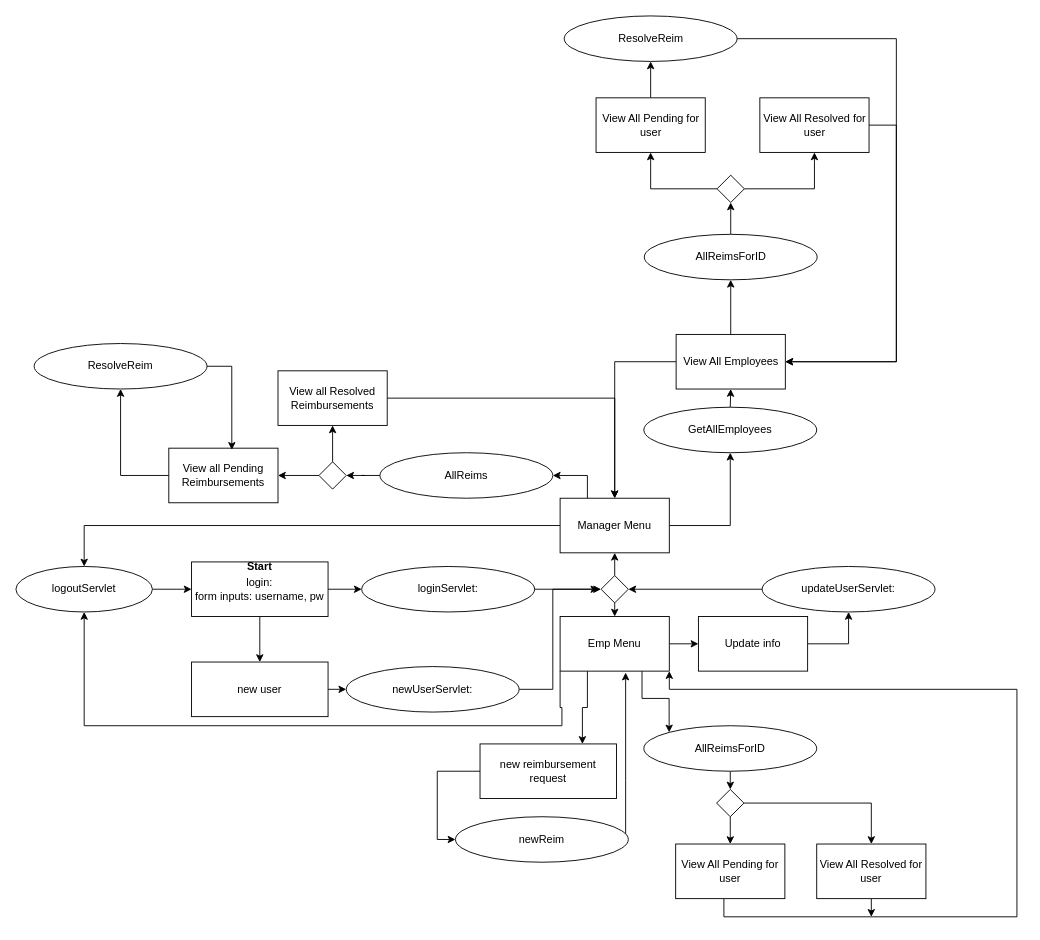
dlbroadwa/NewRevatureRepo keeps this draw.io diagram as page "Page-4" (3 of 3) of ERS_Project1/diagrams.drawio. Above is the earlier version. Source tidied: cells renumbered, new cells numbered last; positions are measured from the earlier drawing's top-left corner, leaving out a move shared by most shapes. Both pictures are drawn from the tidied source at 91%, with x=0, y=0 at pixel (15, 15).
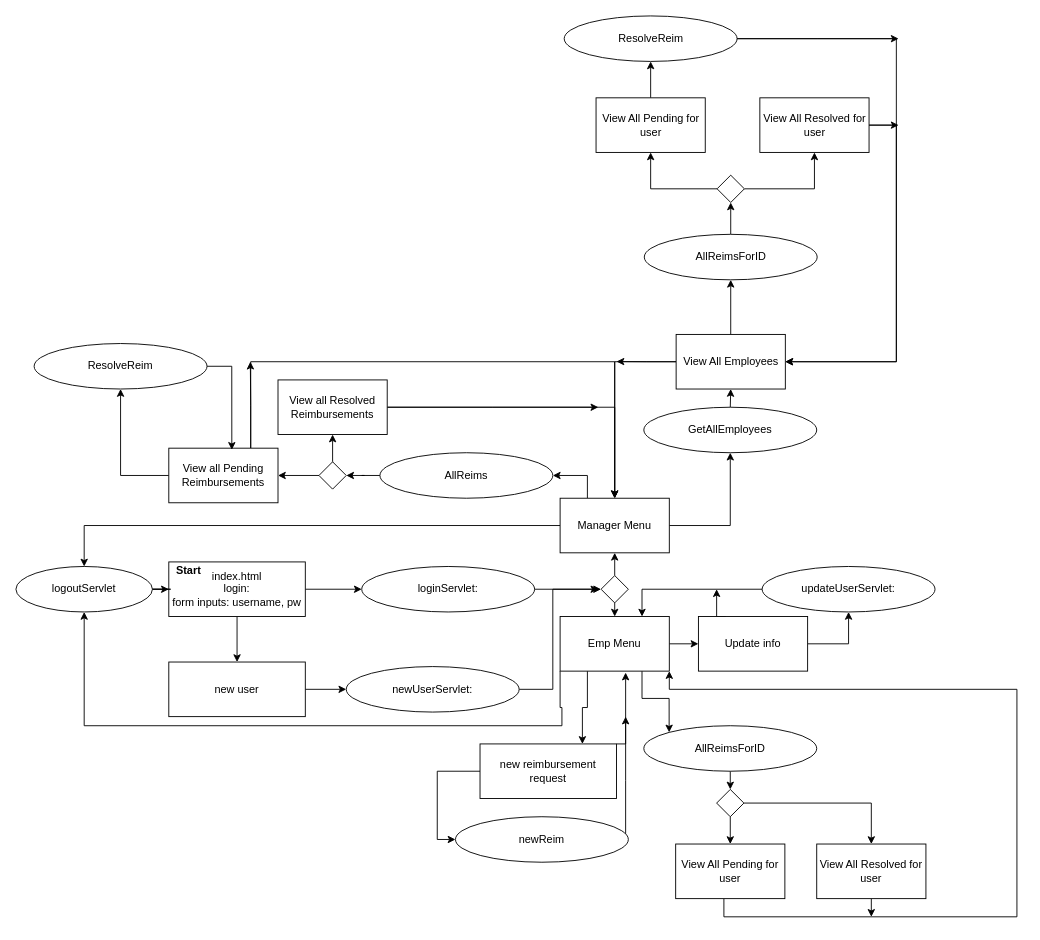
After the change.

The change refers to these unchanged cells:
```xml
<mxCell id="9" style="rhombus;whiteSpace=wrap;html=1;" parent="1" vertex="1">
  <mxGeometry x="643" y="615" width="30" height="30" as="geometry" />
</mxCell>
<mxCell id="14" value="Manager Menu" style="rounded=0;whiteSpace=wrap;html=1;" parent="1" vertex="1">
  <mxGeometry x="598" y="530" width="120" height="60" as="geometry" />
</mxCell>
<mxCell id="19" value="Emp Menu" style="rounded=0;whiteSpace=wrap;html=1;" parent="1" vertex="1">
  <mxGeometry x="598" y="660" width="120" height="60" as="geometry" />
</mxCell>
<mxCell id="27" value="updateUserServlet:" style="ellipse;whiteSpace=wrap;html=1;" parent="1" vertex="1">
  <mxGeometry x="820" y="605" width="190" height="50" as="geometry" />
</mxCell>
<mxCell id="32" value="new reimbursement request" style="rounded=0;whiteSpace=wrap;html=1;" parent="1" vertex="1">
  <mxGeometry x="510" y="800" width="150" height="60" as="geometry" />
</mxCell>
<mxCell id="34" value="Update info" style="rounded=0;whiteSpace=wrap;html=1;" parent="1" vertex="1">
  <mxGeometry x="750" y="660" width="120" height="60" as="geometry" />
</mxCell>
<mxCell id="38" value="View all Pending Reimbursements" style="rounded=0;whiteSpace=wrap;html=1;" parent="1" vertex="1">
  <mxGeometry x="168" y="475" width="120" height="60" as="geometry" />
</mxCell>
<mxCell id="46" value="View All Employees" style="rounded=0;whiteSpace=wrap;html=1;" parent="1" vertex="1">
  <mxGeometry x="725.5" y="350" width="120" height="60" as="geometry" />
</mxCell>
<mxCell id="66" value="View All Resolved for user" style="rounded=0;whiteSpace=wrap;html=1;" parent="1" vertex="1">
  <mxGeometry x="817.5" y="90" width="120" height="60" as="geometry" />
</mxCell>
<mxCell id="68" value="ResolveReim" style="ellipse;whiteSpace=wrap;html=1;" parent="1" vertex="1">
  <mxGeometry x="602.5" width="190" height="50" as="geometry" />
</mxCell>
```

The edit, as a diff of the source:
```diff
@@
-    <mxCell id="4" value="login: &lt;br&gt;form inputs: username, pw&lt;br&gt;" style="rounded=0;whiteSpace=wrap;html=1;" parent="1" vertex="1">
-      <mxGeometry x="193" y="600" width="150" height="60" as="geometry" />
+    <mxCell id="4" value="index.html&lt;br&gt;login: &lt;br&gt;form inputs: username, pw" style="rounded=0;whiteSpace=wrap;html=1;" parent="1" vertex="1">
+      <mxGeometry x="168" y="600" width="150" height="60" as="geometry" />
     </mxCell>
@@
     <mxCell id="21" value="new user" style="rounded=0;whiteSpace=wrap;html=1;" parent="1" vertex="1">
-      <mxGeometry x="193" y="710" width="150" height="60" as="geometry" />
+      <mxGeometry x="168" y="710" width="150" height="60" as="geometry" />
     </mxCell>
@@
-    <mxCell id="26" style="edgeStyle=orthogonalEdgeStyle;rounded=0;jettySize=auto;html=1;exitX=0;exitY=0.5;exitDx=0;exitDy=0;entryX=1;entryY=0.5;entryDx=0;entryDy=0;" parent="1" edge="1" source="27" target="9">
+    <mxCell id="26" style="edgeStyle=orthogonalEdgeStyle;rounded=0;jettySize=auto;html=1;exitX=0;exitY=0.5;exitDx=0;exitDy=0;entryX=0.75;entryY=0;entryDx=0;entryDy=0;" parent="1" edge="1" source="27" target="19">
       <mxGeometry relative="1" as="geometry" />
     </mxCell>
@@
     <mxCell id="28" value="&lt;b&gt;Start&lt;/b&gt;" style="text;html=1;strokeColor=none;fillColor=none;align=center;verticalAlign=middle;whiteSpace=wrap;rounded=0;" parent="1" vertex="1">
-      <mxGeometry x="248" y="595" width="40" height="20" as="geometry" />
+      <mxGeometry x="170" y="600" width="40" height="20" as="geometry" />
     </mxCell>
@@
+    <mxCell id="70" style="edgeStyle=orthogonalEdgeStyle;rounded=0;jettySize=auto;html=1;exitX=1;exitY=0;exitDx=0;exitDy=0;" parent="1" edge="1" source="32">
+      <mxGeometry relative="1" as="geometry">
+        <mxPoint x="670" y="770" as="targetPoint" />
+      </mxGeometry>
+    </mxCell>
@@
+    <mxCell id="71" style="edgeStyle=orthogonalEdgeStyle;rounded=0;jettySize=auto;html=1;exitX=0.25;exitY=0;exitDx=0;exitDy=0;" parent="1" edge="1" source="34">
+      <mxGeometry relative="1" as="geometry">
+        <mxPoint x="770" y="630" as="targetPoint" />
+      </mxGeometry>
+    </mxCell>
@@
+    <mxCell id="72" style="edgeStyle=orthogonalEdgeStyle;rounded=0;jettySize=auto;html=1;exitX=0.75;exitY=0;exitDx=0;exitDy=0;entryX=0.5;entryY=0;entryDx=0;entryDy=0;" parent="1" edge="1" source="38" target="14">
+      <mxGeometry relative="1" as="geometry">
+        <Array as="points">
+          <mxPoint x="258" y="380" />
+          <mxPoint x="658" y="380" />
+        </Array>
+      </mxGeometry>
+    </mxCell>
+    <mxCell id="73" style="edgeStyle=orthogonalEdgeStyle;rounded=0;jettySize=auto;html=1;exitX=0.75;exitY=0;exitDx=0;exitDy=0;" parent="1" edge="1" source="38">
+      <mxGeometry relative="1" as="geometry">
+        <mxPoint x="257.6" y="380" as="targetPoint" />
+      </mxGeometry>
+    </mxCell>
@@
+    <mxCell id="74" style="edgeStyle=orthogonalEdgeStyle;rounded=0;jettySize=auto;html=1;exitX=1;exitY=0.5;exitDx=0;exitDy=0;" parent="1" edge="1" source="43">
+      <mxGeometry relative="1" as="geometry">
+        <mxPoint x="640" y="430" as="targetPoint" />
+      </mxGeometry>
+    </mxCell>
     <mxCell id="43" value="View all Resolved Reimbursements" style="rounded=0;whiteSpace=wrap;html=1;" parent="1" vertex="1">
-      <mxGeometry x="288" y="390" width="120" height="60" as="geometry" />
+      <mxGeometry x="288" y="400" width="120" height="60" as="geometry" />
     </mxCell>
@@
+    <mxCell id="75" style="edgeStyle=orthogonalEdgeStyle;rounded=0;jettySize=auto;html=1;exitX=0;exitY=0.5;exitDx=0;exitDy=0;" parent="1" edge="1" source="46">
+      <mxGeometry relative="1" as="geometry">
+        <mxPoint x="660" y="379.8" as="targetPoint" />
+      </mxGeometry>
+    </mxCell>
@@
+    <mxCell id="76" style="edgeStyle=orthogonalEdgeStyle;rounded=0;jettySize=auto;html=1;exitX=1;exitY=0.5;exitDx=0;exitDy=0;" parent="1" edge="1" source="66">
+      <mxGeometry relative="1" as="geometry">
+        <mxPoint x="970" y="119.8" as="targetPoint" />
+      </mxGeometry>
+    </mxCell>
@@
+    <mxCell id="77" style="edgeStyle=orthogonalEdgeStyle;rounded=0;jettySize=auto;html=1;" parent="1" edge="1" source="68">
+      <mxGeometry relative="1" as="geometry">
+        <mxPoint x="970" y="25" as="targetPoint" />
+      </mxGeometry>
+    </mxCell>
```
